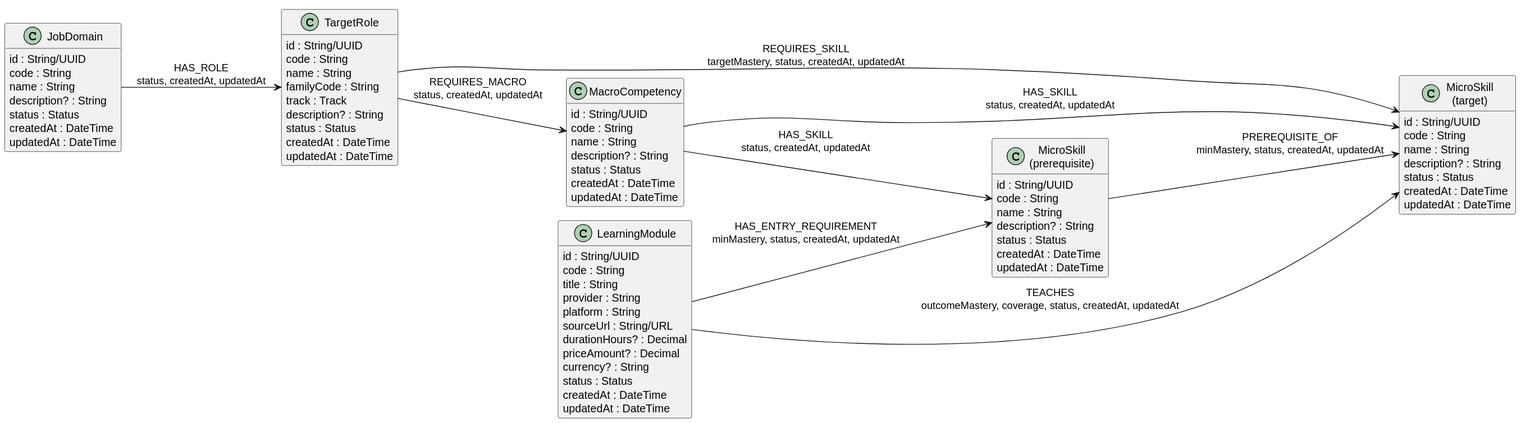
SEP490-Fall-2026-GFA26SE64/SEP490 keeps this PlantUML diagram as documents/diagrams/neo4j.svg. Above is the earlier version.
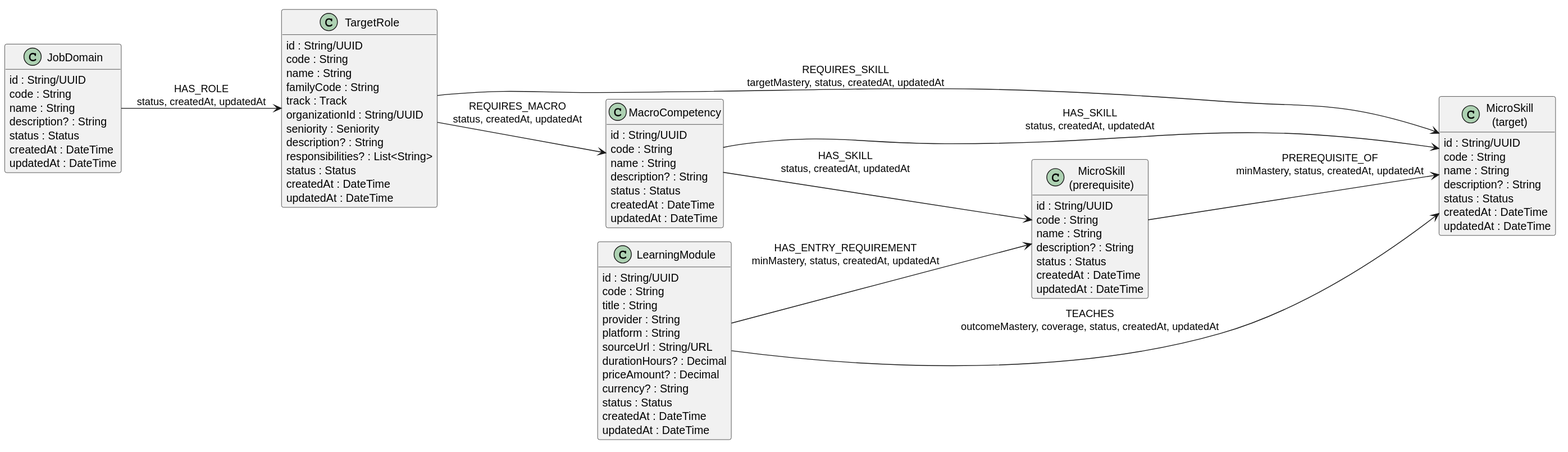
After the change.

What changed in the source:
```diff
@@ -19,7 +19,10 @@
 	name : String
 	familyCode : String
 	track : Track
+	organizationId : String/UUID
+	seniority : Seniority
 	description? : String
+	responsibilities? : List<String>
 	status : Status
 	createdAt : DateTime
 	updatedAt : DateTime
```
